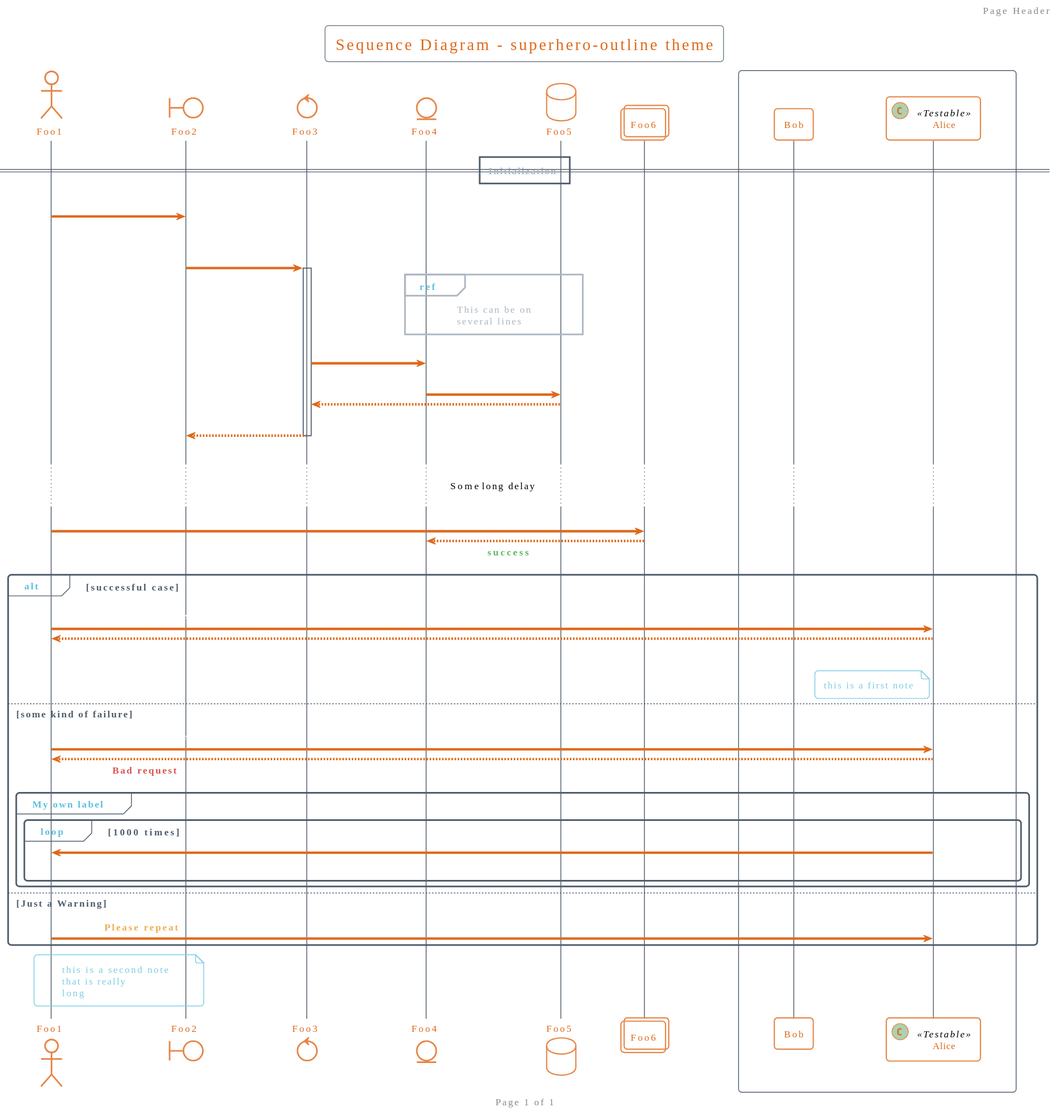
Earlier version of the PlantUML export themes/superhero-outline/sequence-ex.svg (bschwarz/puml-themes).
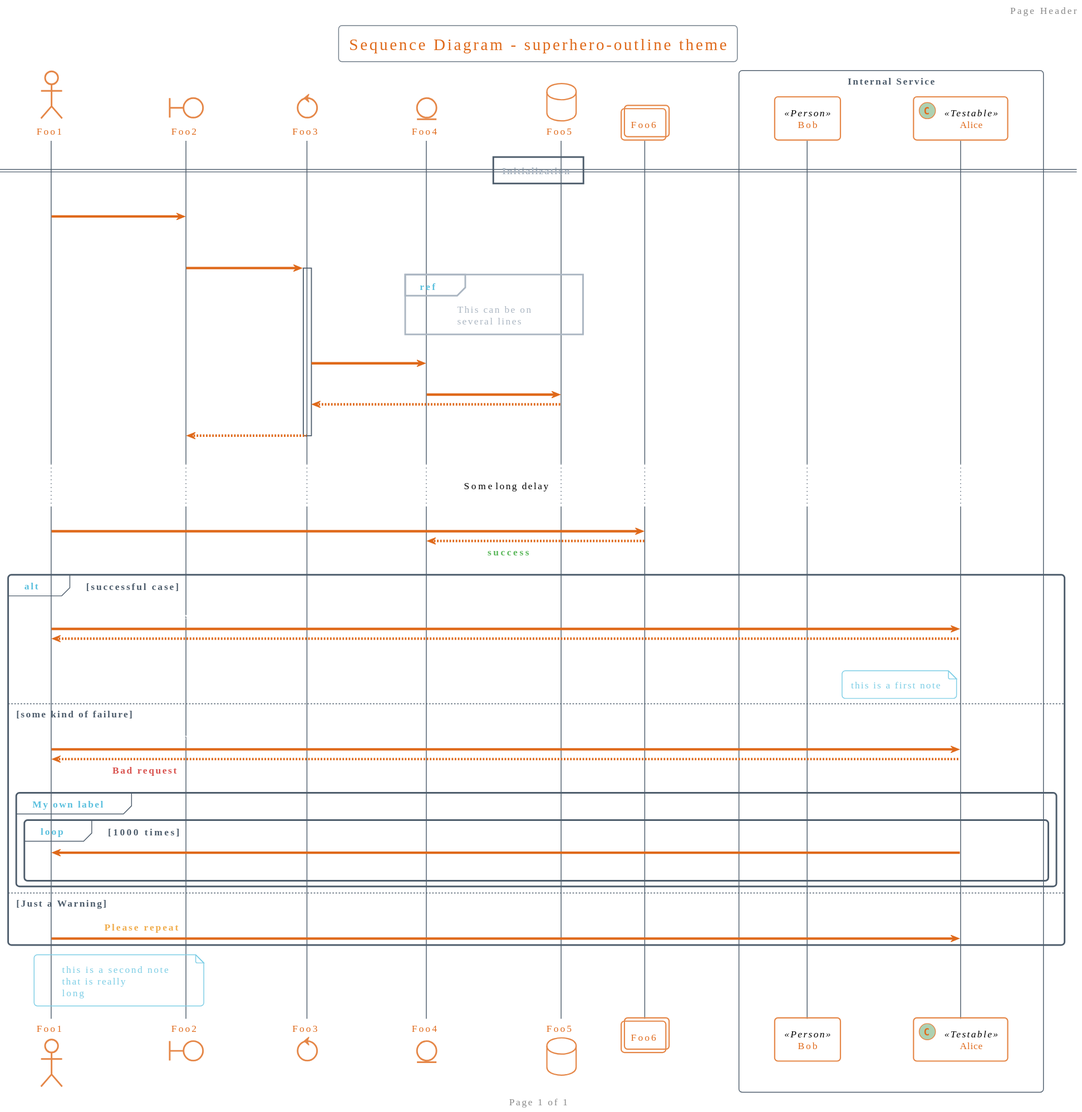
Later version of the same file.

What changed in the source:
```diff
@@ -170,7 +170,7 @@
 	EndColor $PRIMARY
 	BoxBackgroundColor $BGCOLOR
 	BoxBorderColor $DARK
-	BoxFontColor $DARk
+	BoxFontColor $DARK
 	LifeLineBorderColor $SECONDARY
 	LifeLineBorderThickness 2
 	LifeLineBackgroundColor $BGCOLOR
@@ -442,7 +442,7 @@
 entity Foo4
 database Foo5
 collections Foo6
-participant Bob
+participant Bob << Person >>
 participant Alice << (C,#ADD1B2) Testable >>
 
 box "Internal Service"
```
